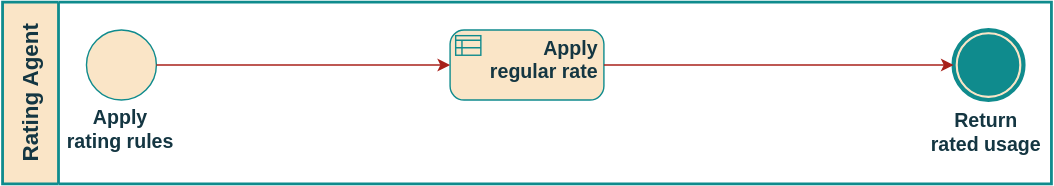
This is src/USE-CASES/UC-02/bpmn.svg from distributed-it-for-telco/distributed-rating-doc, a draw.io export, as it was before one commit. Source tidied: cells renumbered, new cells last; positions are measured from the earlier drawing's top-left corner, leaving out a move shared by most shapes.
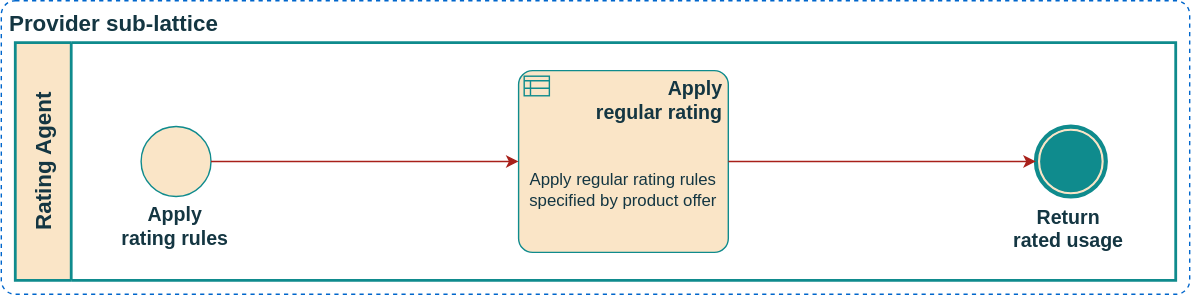
After the commit.

The edit, as a diff of the source:
```diff
@@ -2,28 +2,13 @@
   <root>
     <mxCell id="0" />
     <mxCell id="1" parent="0" />
+    <mxCell id="14" value="Provider sub-lattice" style="rounded=1;whiteSpace=wrap;html=1;strokeColor=#0066CC;fontColor=#143642;fillColor=default;dashed=1;absoluteArcSize=1;strokeWidth=1;fontStyle=1;align=left;verticalAlign=top;fontSize=16;spacingLeft=4;labelBackgroundColor=none;" parent="1" vertex="1">
+      <mxGeometry x="-10" y="-30" width="850" height="210" as="geometry" />
+    </mxCell>
     <mxCell id="2" value="Rating Agent" style="swimlane;html=1;startSize=40;fontStyle=1;horizontal=0;swimlaneLine=1;swimlaneFillColor=#ffffff;strokeWidth=2;whiteSpace=wrap;fillColor=#FAE5C7;strokeColor=#0F8B8D;fontSize=16;fontColor=#143642;labelBackgroundColor=none;" parent="1" vertex="1">
-      <mxGeometry width="750" height="130" as="geometry" />
+      <mxGeometry width="830" height="170" as="geometry" />
     </mxCell>
-    <mxCell id="3" style="edgeStyle=orthogonalEdgeStyle;rounded=0;jettySize=auto;html=1;strokeColor=#A8201A;fontColor=default;fillColor=#FAE5C7;exitX=1;exitY=0.5;exitDx=0;exitDy=0;exitPerimeter=0;entryX=0.5;entryY=1;entryDx=0;entryDy=0;entryPerimeter=0;labelBackgroundColor=none;" parent="2" edge="1" target="x">
-      <mxGeometry relative="1" as="geometry">
-        <mxPoint x="610" y="125" as="sourcePoint" />
-      </mxGeometry>
-    </mxCell>
-    <mxCell id="4" style="rounded=0;jettySize=auto;html=1;strokeColor=#A8201A;fontColor=default;fillColor=#FAE5C7;exitX=0.5;exitY=0;exitDx=0;exitDy=0;exitPerimeter=0;entryX=0;entryY=0.5;entryDx=0;entryDy=0;entryPerimeter=0;edgeStyle=orthogonalEdgeStyle;elbow=vertical;labelBackgroundColor=none;" parent="2" edge="1" target="x">
-      <mxGeometry relative="1" as="geometry">
-        <mxPoint x="326" y="60" as="sourcePoint" />
-        <Array as="points">
-          <mxPoint x="326" y="45" />
-        </Array>
-      </mxGeometry>
-    </mxCell>
-    <mxCell id="5" value="below&lt;br&gt;threshold&amp;nbsp;" style="edgeLabel;html=1;align=center;verticalAlign=middle;fontColor=#143642;labelBackgroundColor=none;" parent="4" vertex="1">
-      <mxGeometry x="0.03" y="1" relative="1" as="geometry">
-        <mxPoint x="-13" y="-15" as="offset" />
-      </mxGeometry>
-    </mxCell>
-    <mxCell id="6" style="rounded=0;jettySize=auto;html=1;entryX=0;entryY=0.5;entryDx=0;entryDy=0;entryPerimeter=0;strokeColor=#A8201A;fontColor=default;fillColor=#FAE5C7;labelBackgroundColor=none;exitX=0.5;exitY=1;exitDx=0;exitDy=0;exitPerimeter=0;edgeStyle=orthogonalEdgeStyle;" parent="2" edge="1" target="x">
+    <mxCell id="6" style="rounded=0;orthogonalLoop=1;jettySize=auto;html=1;entryX=0;entryY=0.5;entryDx=0;entryDy=0;entryPerimeter=0;strokeColor=#A8201A;fontColor=default;fillColor=#FAE5C7;labelBackgroundColor=none;exitX=0.5;exitY=1;exitDx=0;exitDy=0;exitPerimeter=0;edgeStyle=orthogonalEdgeStyle;" parent="2" edge="1">
       <mxGeometry relative="1" as="geometry">
         <mxPoint x="326" y="110" as="sourcePoint" />
         <Array as="points">
@@ -37,19 +22,22 @@
       </mxGeometry>
     </mxCell>
     <mxCell id="8" value="&lt;div style=&quot;&quot;&gt;Apply&lt;br&gt;rating rules&lt;/div&gt;" style="points=[[0.145,0.145,0],[0.5,0,0],[0.855,0.145,0],[1,0.5,0],[0.855,0.855,0],[0.5,1,0],[0.145,0.855,0],[0,0.5,0]];shape=mxgraph.bpmn.event;html=1;verticalLabelPosition=bottom;labelBackgroundColor=none;verticalAlign=top;align=center;perimeter=ellipsePerimeter;outlineConnect=0;outline=eventInt;symbol=general;strokeColor=#0F8B8D;spacingRight=2;spacingTop=-2;spacing=2;fontFamily=Helvetica;fontSize=14;fontColor=#143642;fillColor=#FAE5C7;fontStyle=1;" parent="2" vertex="1">
-      <mxGeometry x="60" y="20" width="50" height="50" as="geometry" />
+      <mxGeometry x="90" y="60" width="50" height="50" as="geometry" />
     </mxCell>
     <mxCell id="9" value="Return&lt;br&gt;rated usage" style="points=[[0.145,0.145,0],[0.5,0,0],[0.855,0.145,0],[1,0.5,0],[0.855,0.855,0],[0.5,1,0],[0.145,0.855,0],[0,0.5,0]];shape=mxgraph.bpmn.event;html=1;verticalLabelPosition=bottom;labelBackgroundColor=none;verticalAlign=top;align=center;perimeter=ellipsePerimeter;outlineConnect=0;outline=end;symbol=terminate;strokeColor=#0F8B8D;spacingRight=4;spacingTop=0;spacing=2;fontFamily=Helvetica;fontSize=14;fontColor=#143642;fillColor=#FAE5C7;fontStyle=1;labelPosition=center;spacingLeft=0;" parent="2" vertex="1">
-      <mxGeometry x="680" y="20" width="50" height="50" as="geometry" />
+      <mxGeometry x="730" y="60" width="50" height="50" as="geometry" />
     </mxCell>
-    <mxCell id="10" style="edgeStyle=orthogonalEdgeStyle;rounded=0;jettySize=auto;html=1;entryX=0;entryY=0.5;entryDx=0;entryDy=0;entryPerimeter=0;strokeColor=#A8201A;fontColor=#143642;fillColor=#FAE5C7;" parent="2" edge="1" target="x">
+    <mxCell id="10" style="edgeStyle=orthogonalEdgeStyle;rounded=0;orthogonalLoop=1;jettySize=auto;html=1;entryX=0;entryY=0.5;entryDx=0;entryDy=0;entryPerimeter=0;strokeColor=#A8201A;fontColor=#143642;fillColor=#FAE5C7;" parent="2" edge="1">
       <mxGeometry relative="1" as="geometry">
         <mxPoint x="480" y="125.1" as="sourcePoint" />
       </mxGeometry>
     </mxCell>
-    <mxCell id="11" value="Apply&lt;br&gt;regular rate" style="points=[[0.25,0,0],[0.5,0,0],[0.75,0,0],[1,0.25,0],[1,0.5,0],[1,0.75,0],[0.75,1,0],[0.5,1,0],[0.25,1,0],[0,0.75,0],[0,0.5,0],[0,0.25,0]];shape=mxgraph.bpmn.task;whiteSpace=wrap;rectStyle=rounded;size=10;html=1;taskMarker=businessRule;strokeColor=#0F8B8D;align=right;verticalAlign=top;spacingRight=2;spacingTop=-2;spacing=2;fontFamily=Helvetica;fontSize=14;fontColor=#143642;fillColor=#FAE5C7;fontStyle=1;labelBackgroundColor=none;bpmnShapeType=task;" parent="2" vertex="1">
-      <mxGeometry x="320" y="20" width="110" height="50" as="geometry" />
+    <mxCell id="11" value="Apply&lt;br&gt;regular rating" style="points=[[0.25,0,0],[0.5,0,0],[0.75,0,0],[1,0.25,0],[1,0.5,0],[1,0.75,0],[0.75,1,0],[0.5,1,0],[0.25,1,0],[0,0.75,0],[0,0.5,0],[0,0.25,0]];shape=mxgraph.bpmn.task;whiteSpace=wrap;rectStyle=rounded;size=10;html=1;taskMarker=businessRule;strokeColor=#0F8B8D;align=right;verticalAlign=top;spacingRight=2;spacingTop=-2;spacing=2;fontFamily=Helvetica;fontSize=14;fontColor=#143642;fillColor=#FAE5C7;fontStyle=1;labelBackgroundColor=none;bpmnShapeType=task;" parent="2" vertex="1">
+      <mxGeometry x="360" y="20" width="150" height="130" as="geometry" />
     </mxCell>
+    <mxCell id="15" value="Apply&amp;nbsp;regular&amp;nbsp;rating rules specified by product offer" style="text;align=center;verticalAlign=middle;strokeColor=none;fillColor=none;fontColor=#143642;labelPosition=center;verticalLabelPosition=middle;overflow=width;comic=0;html=1;whiteSpace=wrap;spacing=2;spacingLeft=0;perimeterSpacing=1;fixedWidth=1;backgroundOutline=0;enumerate=0;fixDash=0;labelPadding=0;noLabel=0;shadow=0;spacingBottom=0;labelBackgroundColor=none;" parent="11" vertex="1">
+      <mxGeometry y="40" width="150" height="90" as="geometry" />
+    </mxCell>
     <mxCell id="12" style="edgeStyle=orthogonalEdgeStyle;rounded=0;jettySize=auto;html=1;entryX=0;entryY=0.5;entryDx=0;entryDy=0;entryPerimeter=0;strokeColor=#A8201A;fontColor=#143642;fillColor=#FAE5C7;" parent="2" edge="1" source="8" target="11">
       <mxGeometry relative="1" as="geometry" />
     </mxCell>
```
